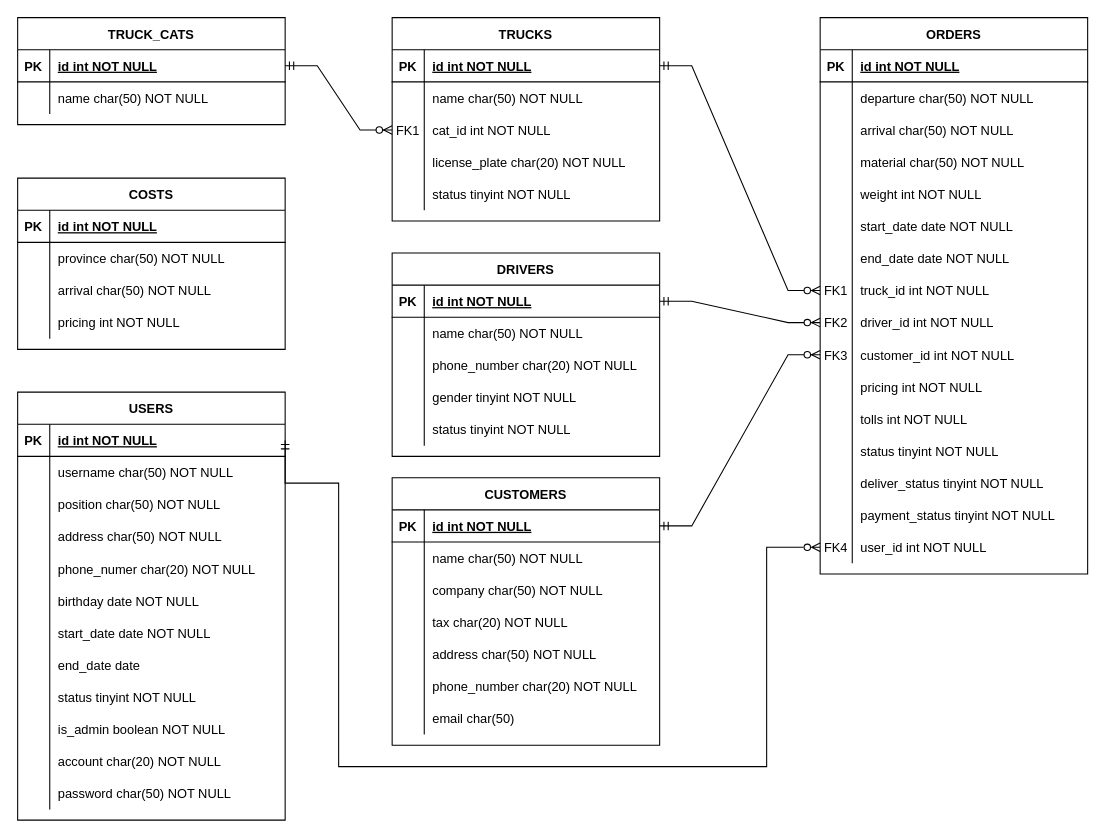
The draw.io diagram docs/SQL.drawio in lightingbro46/quan_ly_don_hang, before the edit. Source tidied: cells renumbered, new cells numbered last; positions are measured from the earlier drawing's top-left corner, leaving out a move shared by most shapes. Both pictures are drawn from the tidied source at 107%, with x=0, y=0 at pixel (17, -20).
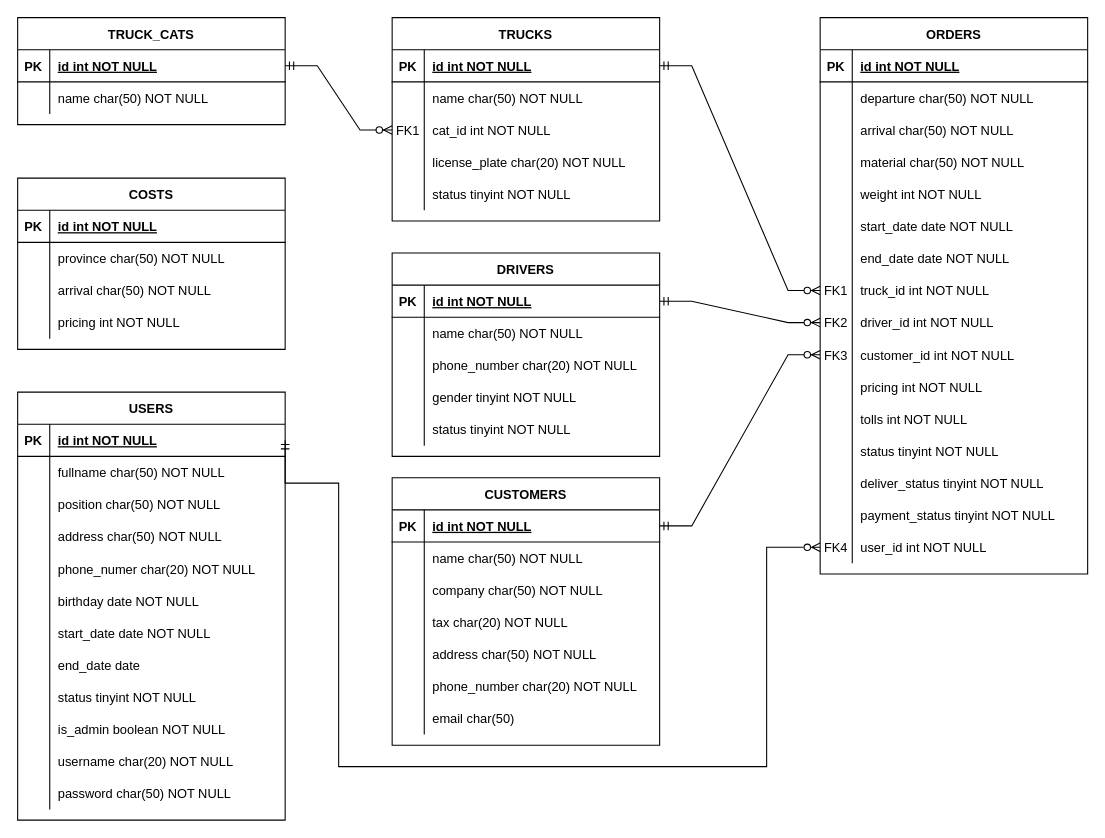
After the change.

Unchanged cells that the change refers to:
```xml
<mxCell id="129" style="shape=partialRectangle;fillColor=none;top=0;left=0;right=0;bottom=0;" parent="125" vertex="1">
  <mxGeometry y="60" width="250" height="30" as="geometry" />
</mxCell>
<mxCell id="156" style="shape=partialRectangle;fillColor=none;top=0;left=0;right=0;bottom=0;" parent="125" vertex="1">
  <mxGeometry y="330" width="250" height="30" as="geometry" />
</mxCell>
```

The edit, as a diff of the source:
```diff
@@
-    <mxCell id="131" value="username char(50) NOT NULL" style="shape=partialRectangle;overflow=hidden;fillColor=none;top=0;left=0;bottom=0;right=0;align=left;spacingLeft=6;" parent="129" vertex="1">
+    <mxCell id="131" value="fullname char(50) NOT NULL" style="shape=partialRectangle;overflow=hidden;fillColor=none;top=0;left=0;bottom=0;right=0;align=left;spacingLeft=6;" parent="129" vertex="1">
       <mxGeometry x="30" width="220" height="30" as="geometry" />
     </mxCell>
@@
-    <mxCell id="158" value="account char(20) NOT NULL" style="shape=partialRectangle;overflow=hidden;fillColor=none;top=0;left=0;bottom=0;right=0;align=left;spacingLeft=6;" parent="156" vertex="1">
+    <mxCell id="158" value="username char(20) NOT NULL" style="shape=partialRectangle;overflow=hidden;fillColor=none;top=0;left=0;bottom=0;right=0;align=left;spacingLeft=6;" parent="156" vertex="1">
       <mxGeometry x="30" width="220" height="30" as="geometry" />
     </mxCell>
```
